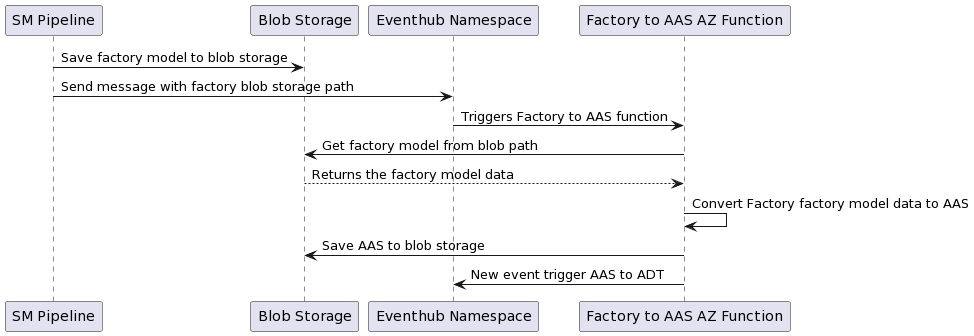
Azure-Samples/aas-digital-factory keeps this PlantUML diagram as docs/assets/plantuml/output/factory_to_aas_function_model_flow.png. Above is the earlier version.
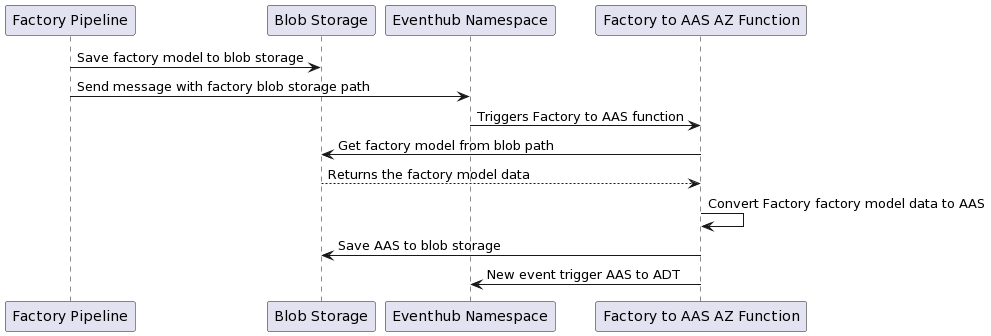
Later version of the same file.

Change to the diagram source:
```diff
@@ -1,6 +1,6 @@
 @startuml
-"SM Pipeline" -> "Blob Storage": Save factory model to blob storage
-"SM Pipeline" -> "Eventhub Namespace": Send message with factory blob storage path
+"Factory Pipeline" -> "Blob Storage": Save factory model to blob storage
+"Factory Pipeline" -> "Eventhub Namespace": Send message with factory blob storage path
 "Eventhub Namespace" -> "Factory to AAS AZ Function": Triggers Factory to AAS function
 "Factory to AAS AZ Function" -> "Blob Storage": Get factory model from blob path
 "Blob Storage" --> "Factory to AAS AZ Function": Returns the factory model data
```
